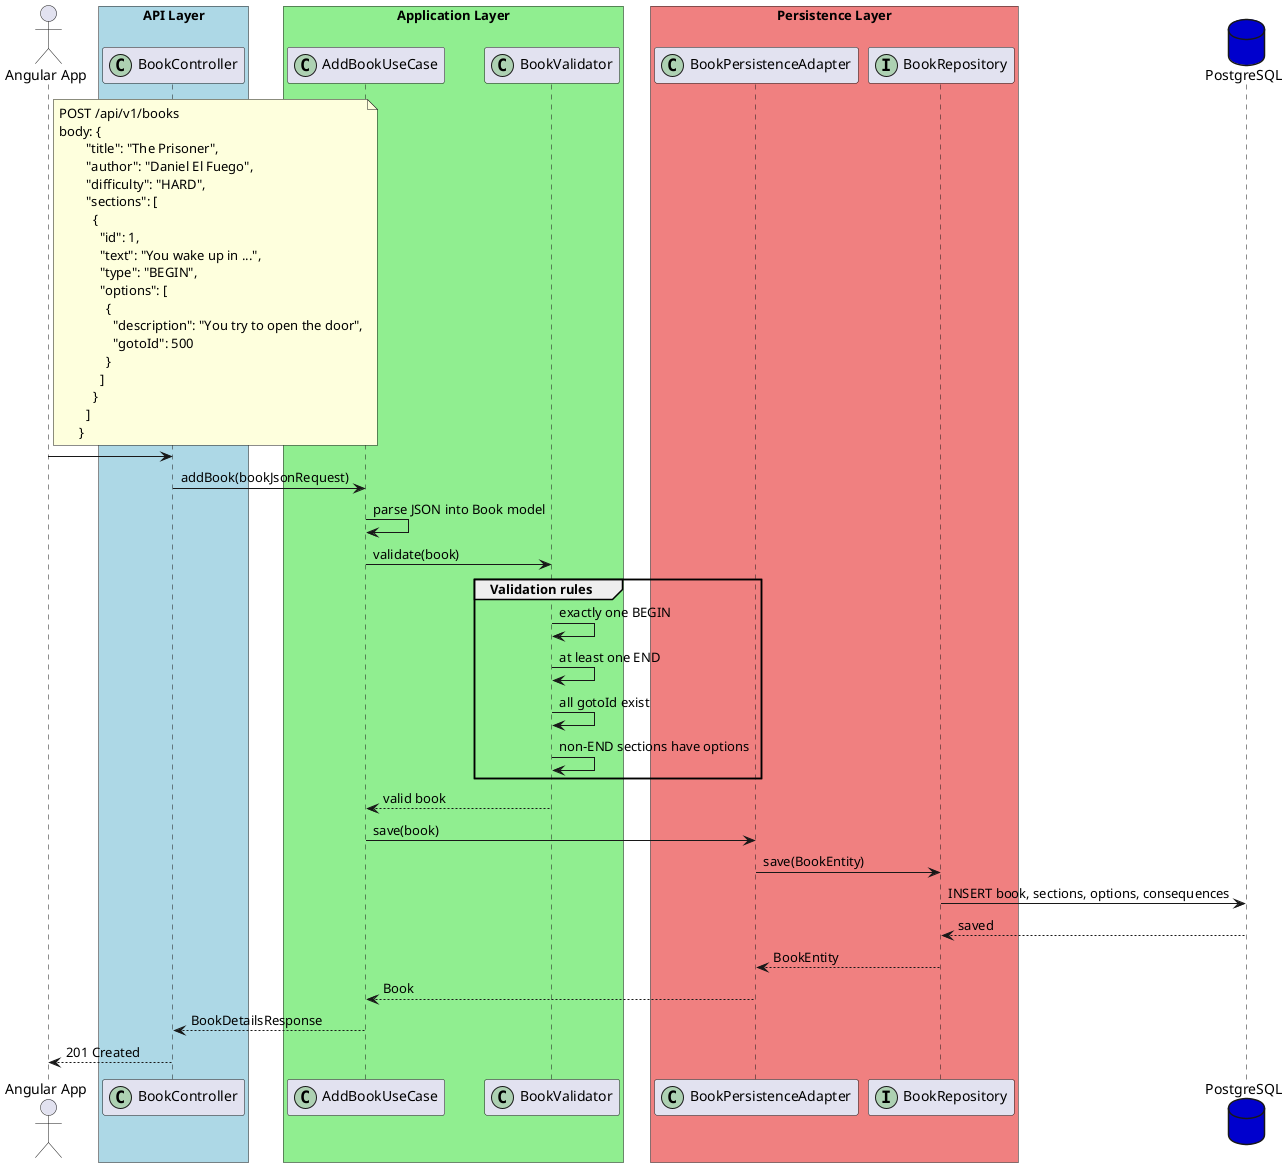
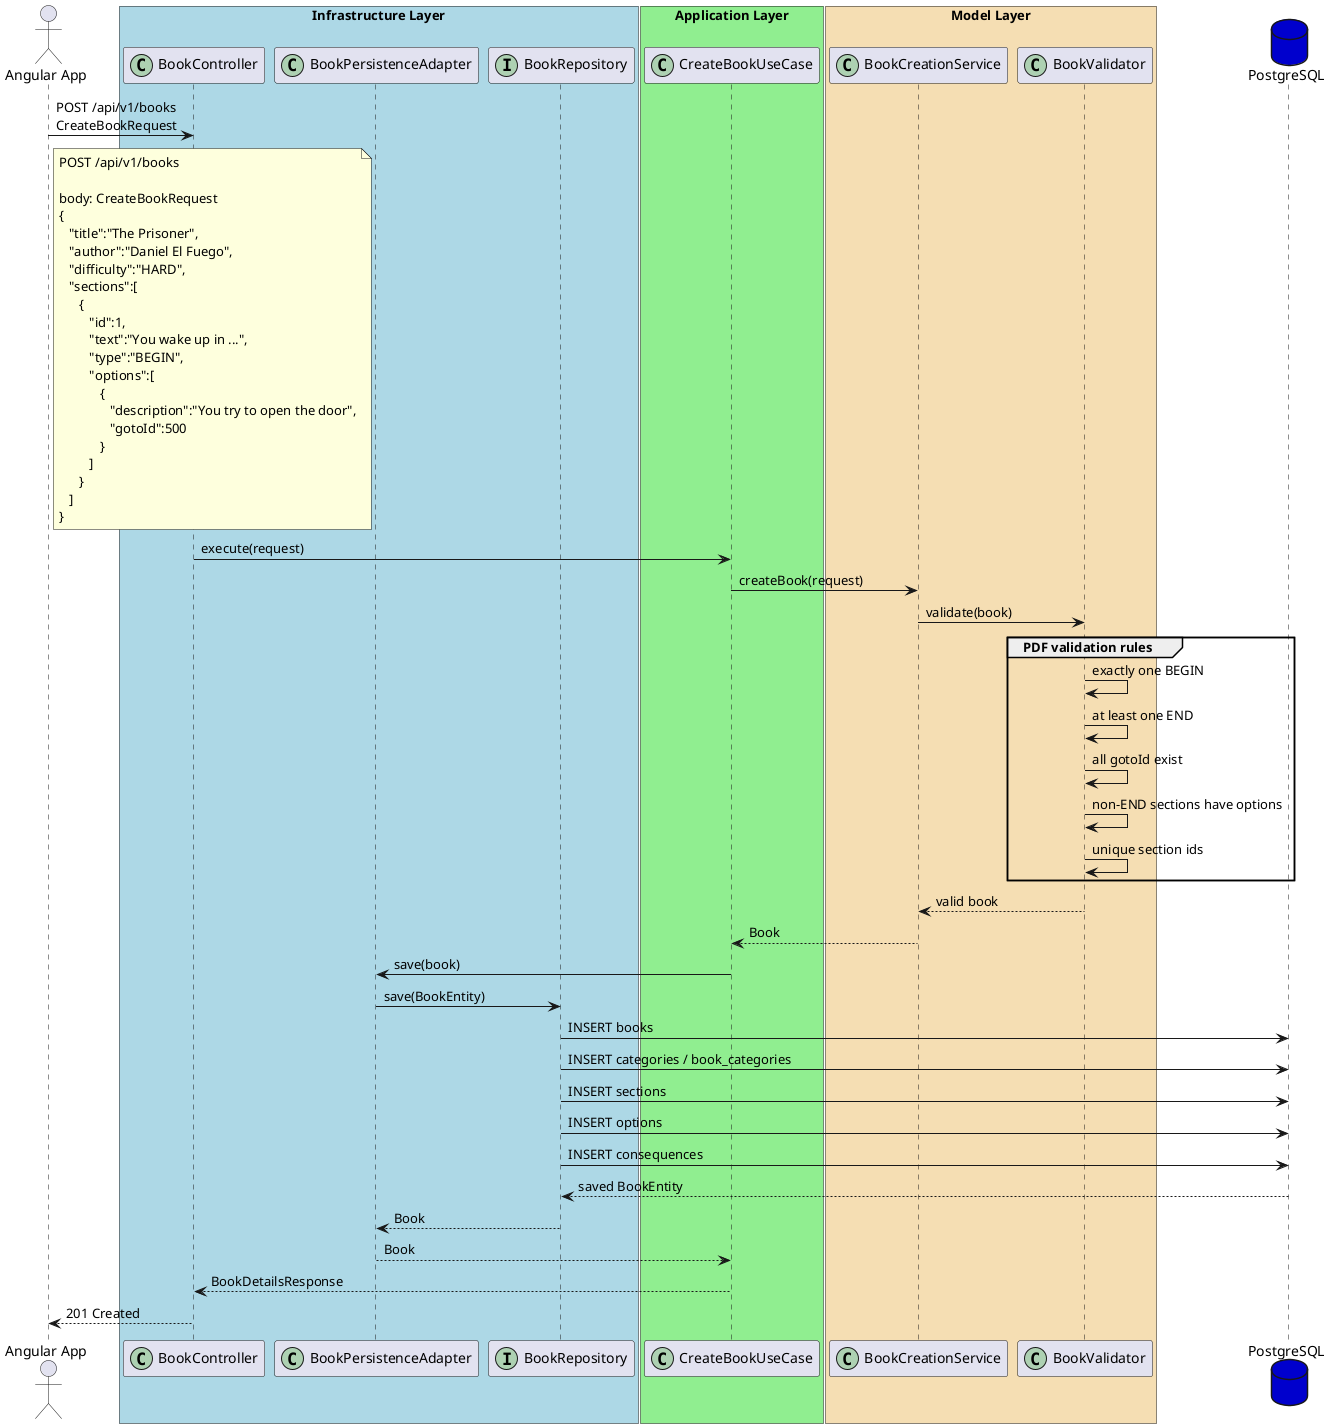
@startuml
actor user as "Angular App"

- box "API Layer" #LightBlue
+ box "Infrastructure Layer" #LightBlue
participant "BookController" as controller <<(C,#ADD1B2)>>
- end box
- 
- box "Application Layer" #LightGreen
- participant "AddBookUseCase" as usecase <<(C,#ADD1B2)>>
- participant "BookValidator" as validator <<(C,#ADD1B2)>>
- end box
- 
- box "Persistence Layer" #LightCoral
participant "BookPersistenceAdapter" as adapter <<(C,#ADD1B2)>>
participant "BookRepository" as repository <<(I,#ADD1B2)>>
end box

+ box "Application Layer" #LightGreen
+ participant "CreateBookUseCase" as usecase <<(C,#ADD1B2)>>
+ end box
+ 
+ box "Model Layer" #Wheat
+ participant "BookCreationService" as service <<(C,#ADD1B2)>>
+ participant "BookValidator" as validator <<(C,#ADD1B2)>>
+ end box
+ 
database "PostgreSQL" as db #MediumBlue
+ 
+ user -> controller : POST /api/v1/books\nCreateBookRequest

note right user
POST /api/v1/books
- body: {
-         "title": "The Prisoner",
-         "author": "Daniel El Fuego",
-         "difficulty": "HARD",
-         "sections": [
-           {
-             "id": 1,
-             "text": "You wake up in ...",
-             "type": "BEGIN",
-             "options": [
-               {
-                 "description": "You try to open the door",
-                 "gotoId": 500
-               }
-             ]
-           }
-         ]
+ 
+ body: CreateBookRequest
+ {
+    "title":"The Prisoner",
+    "author":"Daniel El Fuego",
+    "difficulty":"HARD",
+    "sections":[
+       {
+          "id":1,
+          "text":"You wake up in ...",
+          "type":"BEGIN",
+          "options":[
+             {
+                "description":"You try to open the door",
+                "gotoId":500
+             }
+          ]
      }
+    ]
+ }
end note
- user -> controller
- controller -> usecase : addBook(bookJsonRequest)

- usecase -> usecase : parse JSON into Book model
- usecase -> validator : validate(book)
+ controller -> usecase : execute(request)

- group Validation rules
+ usecase -> service : createBook(request)
+ service -> validator : validate(book)
+ 
+ group PDF validation rules
    validator -> validator : exactly one BEGIN
    validator -> validator : at least one END
    validator -> validator : all gotoId exist
    validator -> validator : non-END sections have options
+     validator -> validator : unique section ids
end

- validator --> usecase : valid book
+ validator --> service : valid book
+ service --> usecase : Book

usecase -> adapter : save(book)
+ 
adapter -> repository : save(BookEntity)
- repository -> db : INSERT book, sections, options, consequences
- db --> repository : saved
- repository --> adapter : BookEntity
+ repository -> db : INSERT books
+ repository -> db : INSERT categories / book_categories
+ repository -> db : INSERT sections
+ repository -> db : INSERT options
+ repository -> db : INSERT consequences
+ db --> repository : saved BookEntity
+ 
+ repository --> adapter : Book
adapter --> usecase : Book
+ usecase --> controller : BookDetailsResponse

- usecase --> controller : BookDetailsResponse
controller --> user : 201 Created
+ 
@enduml